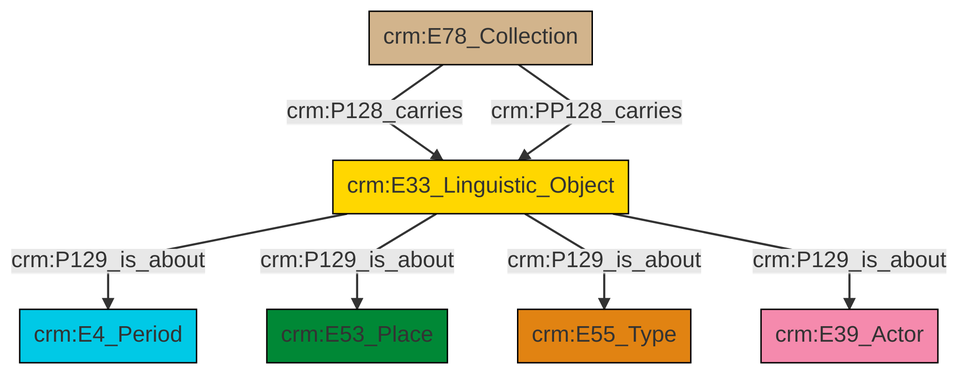
Before: et/archivalCSV/ttl/mmd/png/archival_aboutness.png, a diagram exported from Mermaid (swiss-art-research-net/docs.swissartresearch). Its source is kept beside it as et/archivalCSV/ttl/mmd/archival_aboutness.ttl.mmd.
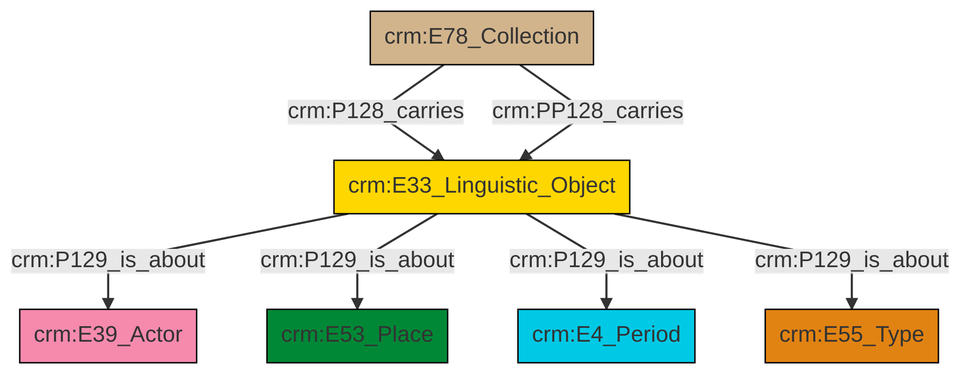
Later version of the same file.

Diff of the diagram source:
```diff
@@ -13,9 +13,9 @@
 classDef PC_Classes fill:#4ce600, stroke:#000000;
 classDef Multi fill:#cccccc,stroke:#000000;
 
-2["crm:E33_Linguistic_Object"]:::Conceptual_Object -->|crm:P129_is_about| 3["crm:E4_Period"]:::Temporal_Entity
-2["crm:E33_Linguistic_Object"]:::Conceptual_Object -->|crm:P129_is_about| 4["crm:E53_Place"]:::Place
-6["crm:E78_Collection"]:::Physical_Thing -->|crm:P128_carries| 2["crm:E33_Linguistic_Object"]:::Conceptual_Object
-2["crm:E33_Linguistic_Object"]:::Conceptual_Object -->|crm:P129_is_about| 0["crm:E55_Type"]:::Type
-6["crm:E78_Collection"]:::Physical_Thing -->|crm:PP128_carries| 2["crm:E33_Linguistic_Object"]:::Conceptual_Object
-2["crm:E33_Linguistic_Object"]:::Conceptual_Object -->|crm:P129_is_about| 9["crm:E39_Actor"]:::Actor
+0["crm:E33_Linguistic_Object"]:::Conceptual_Object -->|crm:P129_is_about| 1["crm:E39_Actor"]:::Actor
+2["crm:E78_Collection"]:::Physical_Thing -->|crm:P128_carries| 0["crm:E33_Linguistic_Object"]:::Conceptual_Object
+0["crm:E33_Linguistic_Object"]:::Conceptual_Object -->|crm:P129_is_about| 8["crm:E53_Place"]:::Place
+0["crm:E33_Linguistic_Object"]:::Conceptual_Object -->|crm:P129_is_about| 10["crm:E4_Period"]:::Temporal_Entity
+2["crm:E78_Collection"]:::Physical_Thing -->|crm:PP128_carries| 0["crm:E33_Linguistic_Object"]:::Conceptual_Object
+0["crm:E33_Linguistic_Object"]:::Conceptual_Object -->|crm:P129_is_about| 6["crm:E55_Type"]:::Type
```
